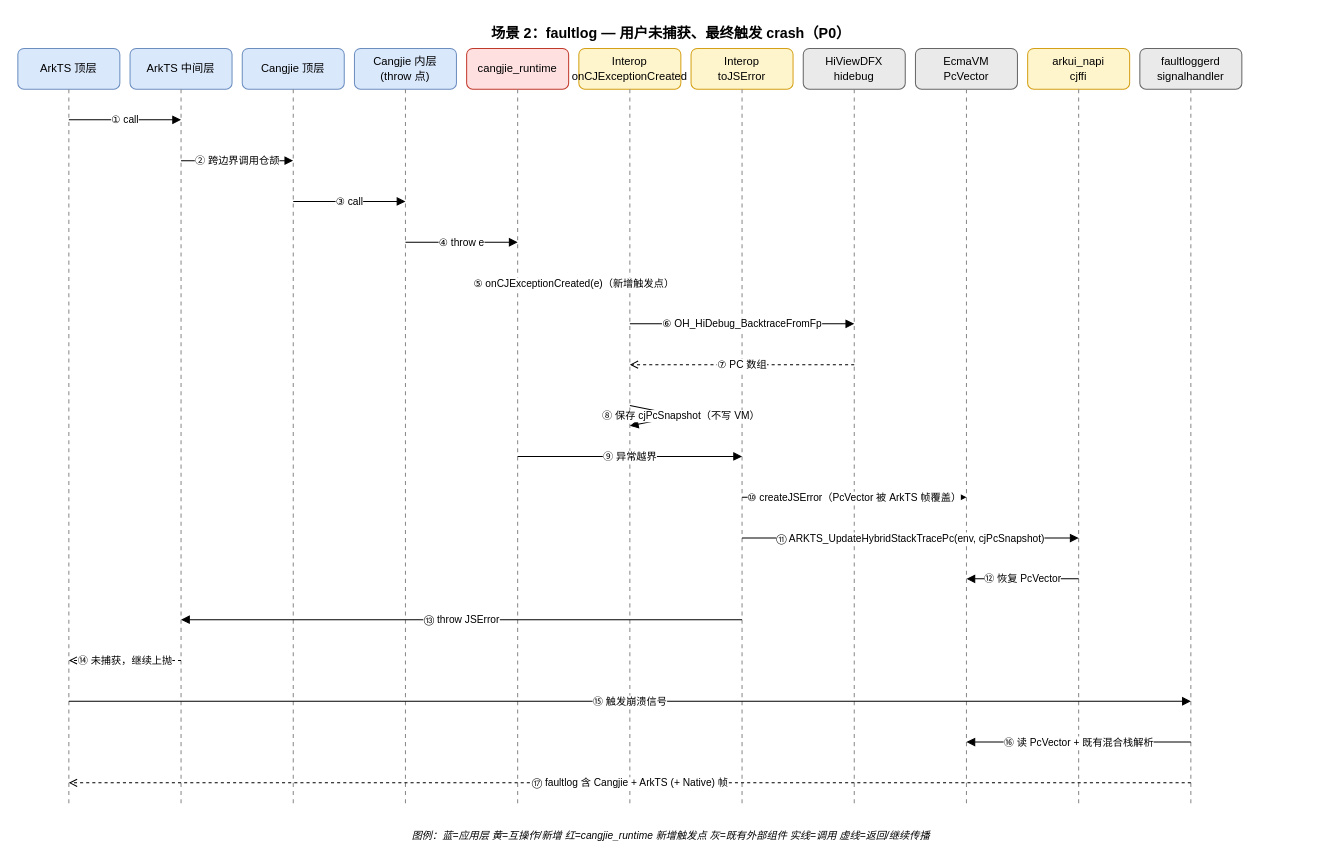
Above: doc/hybridstack_seq_faultlog.drawio in openharmony/arkcompiler_cangjie_ark_interop (draw.io), before the change. Source tidied: cells renumbered, new cells numbered last; positions are measured from the earlier drawing's top-left corner, leaving out a move shared by most shapes. Both pictures are drawn from the tidied source at 102%, with x=0, y=0 at pixel (17, 17).
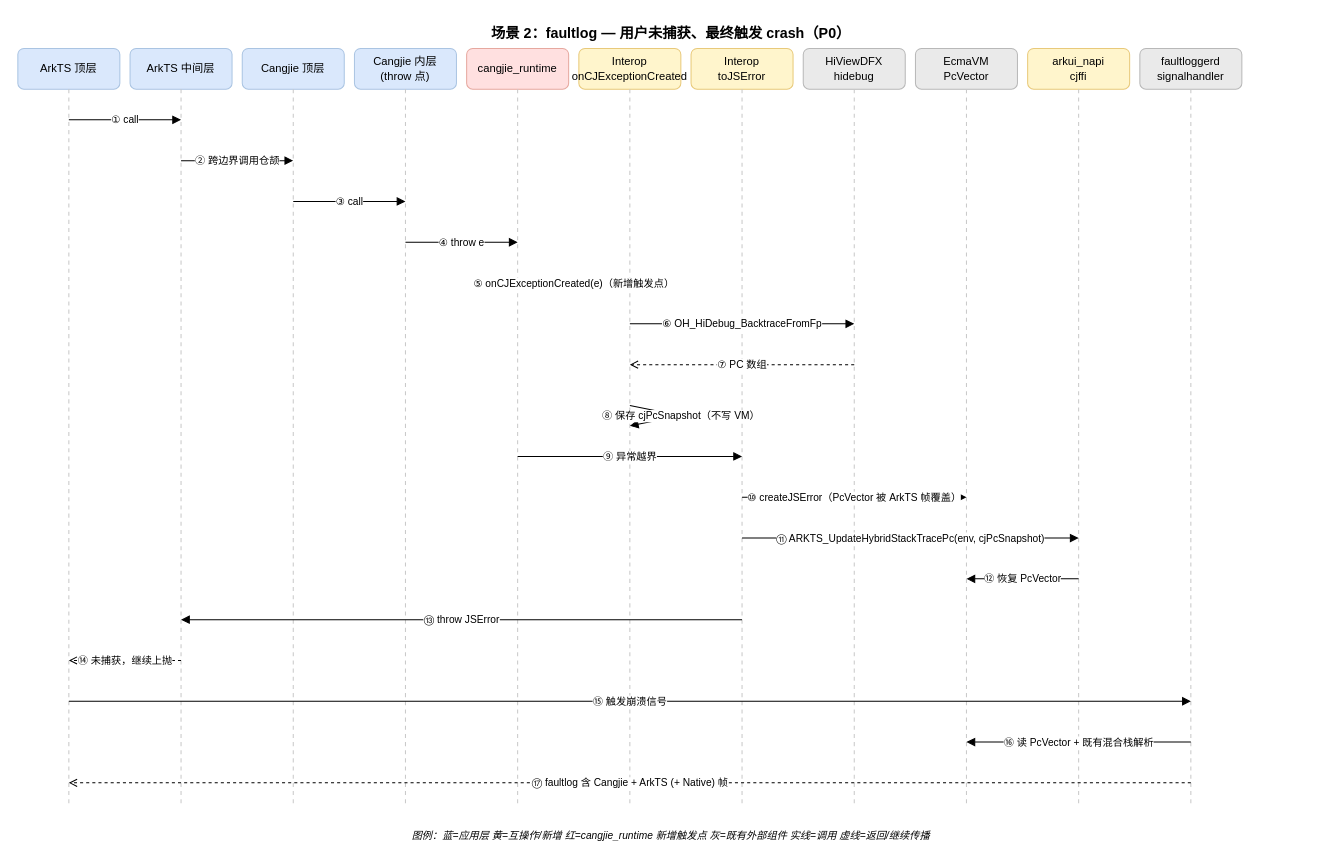
Above is the later version.

Commit message (it also covers changes not shown here):
docs(hybridstack): lighten drawio palette; replace mermaid with drawio for master-state diagram; clarify master 主干 wording

The edit, as a diff of the source:
```diff
@@
-    <mxCell id="3" value="ArkTS 顶层" style="rounded=1;fillColor=#dae8fc;strokeColor=#6c8ebf;fontSize=11;whiteSpace=wrap;" parent="1" vertex="1">
+    <mxCell id="3" value="ArkTS 顶层" style="rounded=1;fillColor=#dae8fc;strokeColor=#aac4e2;fontSize=11;whiteSpace=wrap;" parent="1" vertex="1">
       <mxGeometry y="30" width="100" height="40" as="geometry" />
     </mxCell>
-    <mxCell id="4" value="ArkTS 中间层" style="rounded=1;fillColor=#dae8fc;strokeColor=#6c8ebf;fontSize=11;whiteSpace=wrap;" parent="1" vertex="1">
+    <mxCell id="4" value="ArkTS 中间层" style="rounded=1;fillColor=#dae8fc;strokeColor=#aac4e2;fontSize=11;whiteSpace=wrap;" parent="1" vertex="1">
       <mxGeometry x="110" y="30" width="100" height="40" as="geometry" />
     </mxCell>
-    <mxCell id="5" value="Cangjie 顶层" style="rounded=1;fillColor=#dae8fc;strokeColor=#6c8ebf;fontSize=11;whiteSpace=wrap;" parent="1" vertex="1">
+    <mxCell id="5" value="Cangjie 顶层" style="rounded=1;fillColor=#dae8fc;strokeColor=#aac4e2;fontSize=11;whiteSpace=wrap;" parent="1" vertex="1">
       <mxGeometry x="220" y="30" width="100" height="40" as="geometry" />
     </mxCell>
-    <mxCell id="6" value="Cangjie 内层&#10;(throw 点)" style="rounded=1;fillColor=#dae8fc;strokeColor=#6c8ebf;fontSize=11;whiteSpace=wrap;" parent="1" vertex="1">
+    <mxCell id="6" value="Cangjie 内层&#10;(throw 点)" style="rounded=1;fillColor=#dae8fc;strokeColor=#aac4e2;fontSize=11;whiteSpace=wrap;" parent="1" vertex="1">
       <mxGeometry x="330" y="30" width="100" height="40" as="geometry" />
     </mxCell>
-    <mxCell id="7" value="cangjie_runtime" style="rounded=1;fillColor=#ffe0e0;strokeColor=#c0392b;fontSize=11;whiteSpace=wrap;" parent="1" vertex="1">
+    <mxCell id="7" value="cangjie_runtime" style="rounded=1;fillColor=#ffe0e0;strokeColor=#e6a89f;fontSize=11;whiteSpace=wrap;" parent="1" vertex="1">
       <mxGeometry x="440" y="30" width="100" height="40" as="geometry" />
     </mxCell>
-    <mxCell id="8" value="Interop&#10;onCJExceptionCreated" style="rounded=1;fillColor=#fff5cc;strokeColor=#d4a017;fontSize=11;whiteSpace=wrap;" parent="1" vertex="1">
+    <mxCell id="8" value="Interop&#10;onCJExceptionCreated" style="rounded=1;fillColor=#fff5cc;strokeColor=#e8c97a;fontSize=11;whiteSpace=wrap;" parent="1" vertex="1">
       <mxGeometry x="550" y="30" width="100" height="40" as="geometry" />
     </mxCell>
-    <mxCell id="9" value="Interop&#10;toJSError" style="rounded=1;fillColor=#fff5cc;strokeColor=#d4a017;fontSize=11;whiteSpace=wrap;" parent="1" vertex="1">
+    <mxCell id="9" value="Interop&#10;toJSError" style="rounded=1;fillColor=#fff5cc;strokeColor=#e8c97a;fontSize=11;whiteSpace=wrap;" parent="1" vertex="1">
       <mxGeometry x="660" y="30" width="100" height="40" as="geometry" />
     </mxCell>
-    <mxCell id="10" value="HiViewDFX hidebug" style="rounded=1;fillColor=#eaeaea;strokeColor=#666666;fontSize=11;whiteSpace=wrap;" parent="1" vertex="1">
+    <mxCell id="10" value="HiViewDFX hidebug" style="rounded=1;fillColor=#eaeaea;strokeColor=#b8b8b8;fontSize=11;whiteSpace=wrap;" parent="1" vertex="1">
       <mxGeometry x="770" y="30" width="100" height="40" as="geometry" />
     </mxCell>
-    <mxCell id="11" value="EcmaVM&#10;PcVector" style="rounded=1;fillColor=#eaeaea;strokeColor=#666666;fontSize=11;whiteSpace=wrap;" parent="1" vertex="1">
+    <mxCell id="11" value="EcmaVM&#10;PcVector" style="rounded=1;fillColor=#eaeaea;strokeColor=#b8b8b8;fontSize=11;whiteSpace=wrap;" parent="1" vertex="1">
       <mxGeometry x="880" y="30" width="100" height="40" as="geometry" />
     </mxCell>
-    <mxCell id="12" value="arkui_napi&#10;cjffi" style="rounded=1;fillColor=#fff5cc;strokeColor=#d4a017;fontSize=11;whiteSpace=wrap;" parent="1" vertex="1">
+    <mxCell id="12" value="arkui_napi&#10;cjffi" style="rounded=1;fillColor=#fff5cc;strokeColor=#e8c97a;fontSize=11;whiteSpace=wrap;" parent="1" vertex="1">
       <mxGeometry x="990" y="30" width="100" height="40" as="geometry" />
     </mxCell>
-    <mxCell id="13" value="faultloggerd&#10;signalhandler" style="rounded=1;fillColor=#eaeaea;strokeColor=#666666;fontSize=11;whiteSpace=wrap;" parent="1" vertex="1">
+    <mxCell id="13" value="faultloggerd&#10;signalhandler" style="rounded=1;fillColor=#eaeaea;strokeColor=#b8b8b8;fontSize=11;whiteSpace=wrap;" parent="1" vertex="1">
       <mxGeometry x="1100" y="30" width="100" height="40" as="geometry" />
     </mxCell>
-    <mxCell id="14" style="endArrow=none;strokeColor=#888;dashed=1;dashPattern=4 4;" parent="1" edge="1">
+    <mxCell id="14" style="endArrow=none;strokeColor=#c8c8c8;dashed=1;dashPattern=4 4;" parent="1" edge="1">
       <mxGeometry relative="1" as="geometry">
         <mxPoint x="50" y="70" as="sourcePoint" />
         <mxPoint x="50" y="770" as="targetPoint" />
       </mxGeometry>
     </mxCell>
-    <mxCell id="15" style="endArrow=none;strokeColor=#888;dashed=1;dashPattern=4 4;" parent="1" edge="1">
+    <mxCell id="15" style="endArrow=none;strokeColor=#c8c8c8;dashed=1;dashPattern=4 4;" parent="1" edge="1">
       <mxGeometry relative="1" as="geometry">
         <mxPoint x="160" y="70" as="sourcePoint" />
         <mxPoint x="160" y="770" as="targetPoint" />
       </mxGeometry>
     </mxCell>
-    <mxCell id="16" style="endArrow=none;strokeColor=#888;dashed=1;dashPattern=4 4;" parent="1" edge="1">
+    <mxCell id="16" style="endArrow=none;strokeColor=#c8c8c8;dashed=1;dashPattern=4 4;" parent="1" edge="1">
       <mxGeometry relative="1" as="geometry">
         <mxPoint x="270" y="70" as="sourcePoint" />
         <mxPoint x="270" y="770" as="targetPoint" />
       </mxGeometry>
     </mxCell>
-    <mxCell id="17" style="endArrow=none;strokeColor=#888;dashed=1;dashPattern=4 4;" parent="1" edge="1">
+    <mxCell id="17" style="endArrow=none;strokeColor=#c8c8c8;dashed=1;dashPattern=4 4;" parent="1" edge="1">
       <mxGeometry relative="1" as="geometry">
         <mxPoint x="380" y="70" as="sourcePoint" />
         <mxPoint x="380" y="770" as="targetPoint" />
       </mxGeometry>
     </mxCell>
-    <mxCell id="18" style="endArrow=none;strokeColor=#888;dashed=1;dashPattern=4 4;" parent="1" edge="1">
+    <mxCell id="18" style="endArrow=none;strokeColor=#c8c8c8;dashed=1;dashPattern=4 4;" parent="1" edge="1">
       <mxGeometry relative="1" as="geometry">
         <mxPoint x="490" y="70" as="sourcePoint" />
         <mxPoint x="490" y="770" as="targetPoint" />
       </mxGeometry>
     </mxCell>
-    <mxCell id="19" style="endArrow=none;strokeColor=#888;dashed=1;dashPattern=4 4;" parent="1" edge="1">
+    <mxCell id="19" style="endArrow=none;strokeColor=#c8c8c8;dashed=1;dashPattern=4 4;" parent="1" edge="1">
       <mxGeometry relative="1" as="geometry">
         <mxPoint x="600" y="70" as="sourcePoint" />
         <mxPoint x="600" y="770" as="targetPoint" />
       </mxGeometry>
     </mxCell>
-    <mxCell id="20" style="endArrow=none;strokeColor=#888;dashed=1;dashPattern=4 4;" parent="1" edge="1">
+    <mxCell id="20" style="endArrow=none;strokeColor=#c8c8c8;dashed=1;dashPattern=4 4;" parent="1" edge="1">
       <mxGeometry relative="1" as="geometry">
         <mxPoint x="710" y="70" as="sourcePoint" />
         <mxPoint x="710" y="770" as="targetPoint" />
       </mxGeometry>
     </mxCell>
-    <mxCell id="21" style="endArrow=none;strokeColor=#888;dashed=1;dashPattern=4 4;" parent="1" edge="1">
+    <mxCell id="21" style="endArrow=none;strokeColor=#c8c8c8;dashed=1;dashPattern=4 4;" parent="1" edge="1">
       <mxGeometry relative="1" as="geometry">
         <mxPoint x="820" y="70" as="sourcePoint" />
         <mxPoint x="820" y="770" as="targetPoint" />
       </mxGeometry>
     </mxCell>
-    <mxCell id="22" style="endArrow=none;strokeColor=#888;dashed=1;dashPattern=4 4;" parent="1" edge="1">
+    <mxCell id="22" style="endArrow=none;strokeColor=#c8c8c8;dashed=1;dashPattern=4 4;" parent="1" edge="1">
       <mxGeometry relative="1" as="geometry">
         <mxPoint x="930" y="70" as="sourcePoint" />
         <mxPoint x="930" y="770" as="targetPoint" />
       </mxGeometry>
     </mxCell>
-    <mxCell id="23" style="endArrow=none;strokeColor=#888;dashed=1;dashPattern=4 4;" parent="1" edge="1">
+    <mxCell id="23" style="endArrow=none;strokeColor=#c8c8c8;dashed=1;dashPattern=4 4;" parent="1" edge="1">
       <mxGeometry relative="1" as="geometry">
         <mxPoint x="1040" y="70" as="sourcePoint" />
         <mxPoint x="1040" y="770" as="targetPoint" />
       </mxGeometry>
     </mxCell>
-    <mxCell id="24" style="endArrow=none;strokeColor=#888;dashed=1;dashPattern=4 4;" parent="1" edge="1">
+    <mxCell id="24" style="endArrow=none;strokeColor=#c8c8c8;dashed=1;dashPattern=4 4;" parent="1" edge="1">
       <mxGeometry relative="1" as="geometry">
         <mxPoint x="1150" y="70" as="sourcePoint" />
         <mxPoint x="1150" y="770" as="targetPoint" />
       </mxGeometry>
     </mxCell>
@@
-    <mxCell id="29" value="⑤ onCJExceptionCreated(e)（新增触发点）" style="endArrow=block;endFill=1;html=1;fontSize=10;labelBackgroundColor=#ffffff;strokeColor=#c0392b;" parent="1" edge="1">
+    <mxCell id="29" value="⑤ onCJExceptionCreated(e)（新增触发点）" style="endArrow=block;endFill=1;html=1;fontSize=10;labelBackgroundColor=#ffffff;strokeColor=#e6a89f;" parent="1" edge="1">
       <mxGeometry relative="1" as="geometry">
         <mxPoint x="490" y="260" as="sourcePoint" />
         <mxPoint x="600" y="260" as="targetPoint" />
       </mxGeometry>
     </mxCell>
```
